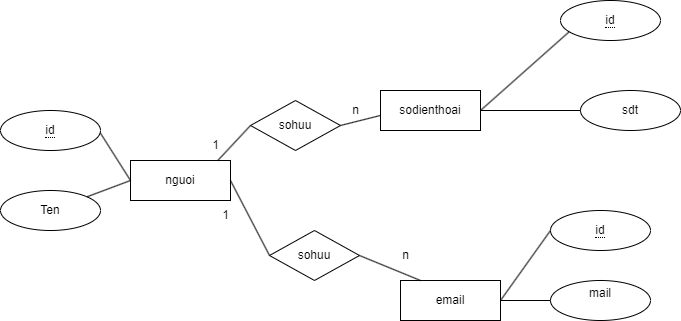
Earlier version of the draw.io export danhba/danhba.png (vannhandz/mysql). Source tidied: cells renumbered, new cells last; positions are measured from the earlier drawing's top-left corner, leaving out a move shared by most shapes.
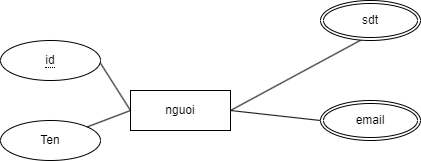
After the commit.

Change to the diagram source:
```diff
@@ -11,73 +11,23 @@
     <mxCell id="4" value="Ten" style="ellipse;whiteSpace=wrap;html=1;align=center;" parent="1" vertex="1">
       <mxGeometry y="190" width="100" height="40" as="geometry" />
     </mxCell>
-    <mxCell id="5" value="sodienthoai" style="whiteSpace=wrap;html=1;align=center;" parent="1" vertex="1">
-      <mxGeometry x="380" y="90" width="100" height="40" as="geometry" />
-    </mxCell>
+    <mxCell id="9" style="endArrow=none;html=1;rounded=0;entryX=1;entryY=0.568;entryDx=0;entryDy=0;entryPerimeter=0;exitX=0;exitY=0.5;exitDx=0;exitDy=0;exitPerimeter=0;" parent="1" edge="1" source="2" target="3">
+      <mxGeometry relative="1" as="geometry" />
+    </mxCell>
+    <mxCell id="10" style="endArrow=none;html=1;rounded=0;entryX=0;entryY=0.5;entryDx=0;entryDy=0;" parent="1" edge="1" source="4" target="2">
+      <mxGeometry relative="1" as="geometry" />
+    </mxCell>
+    <mxCell id="14" style="endArrow=none;html=1;rounded=0;entryX=0.422;entryY=0.965;entryDx=0;entryDy=0;exitX=1;exitY=0.5;exitDx=0;exitDy=0;entryPerimeter=0;" parent="1" edge="1" source="2" target="6">
+      <mxGeometry relative="1" as="geometry" />
+    </mxCell>
+    <mxCell id="17" style="endArrow=none;html=1;rounded=0;entryX=0;entryY=0.5;entryDx=0;entryDy=0;exitX=1;exitY=0.5;exitDx=0;exitDy=0;" parent="1" edge="1" source="2" target="7">
+      <mxGeometry relative="1" as="geometry" />
+    </mxCell>
-    <mxCell id="6" value="sdt" style="ellipse;whiteSpace=wrap;html=1;align=center;" parent="1" vertex="1">
-      <mxGeometry x="580" y="90" width="100" height="40" as="geometry" />
+    <mxCell id="6" value="sdt" style="ellipse;shape=doubleEllipse;margin=3;whiteSpace=wrap;html=1;align=center;" parent="1" vertex="1">
+      <mxGeometry x="320" y="70" width="100" height="40" as="geometry" />
     </mxCell>
-    <mxCell id="7" value="email" style="whiteSpace=wrap;html=1;align=center;" parent="1" vertex="1">
-      <mxGeometry x="400" y="280" width="100" height="40" as="geometry" />
+    <mxCell id="7" value="email" style="ellipse;shape=doubleEllipse;margin=3;whiteSpace=wrap;html=1;align=center;" parent="1" vertex="1">
+      <mxGeometry x="320" y="170" width="100" height="40" as="geometry" />
     </mxCell>
-    <mxCell id="8" value="mail&lt;div&gt;&lt;br&gt;&lt;/div&gt;" style="ellipse;whiteSpace=wrap;html=1;align=center;" parent="1" vertex="1">
-      <mxGeometry x="550" y="280" width="100" height="40" as="geometry" />
-    </mxCell>
-    <mxCell id="9" style="endArrow=none;html=1;rounded=0;entryX=1;entryY=0.568;entryDx=0;entryDy=0;entryPerimeter=0;exitX=0;exitY=0.5;exitDx=0;exitDy=0;exitPerimeter=0;" parent="1" edge="1" source="2" target="3">
-      <mxGeometry relative="1" as="geometry" />
-    </mxCell>
-    <mxCell id="10" style="endArrow=none;html=1;rounded=0;entryX=0;entryY=0.5;entryDx=0;entryDy=0;" parent="1" edge="1" source="4" target="2">
-      <mxGeometry relative="1" as="geometry" />
-    </mxCell>
-    <mxCell id="11" style="endArrow=none;html=1;rounded=0;entryX=0;entryY=0.5;entryDx=0;entryDy=0;exitX=1;exitY=0.5;exitDx=0;exitDy=0;" parent="1" edge="1" source="5" target="6">
-      <mxGeometry relative="1" as="geometry" />
-    </mxCell>
-    <mxCell id="12" style="endArrow=none;html=1;rounded=0;entryX=0;entryY=0.5;entryDx=0;entryDy=0;exitX=1;exitY=0.5;exitDx=0;exitDy=0;" parent="1" edge="1" source="7" target="8">
-      <mxGeometry relative="1" as="geometry" />
-    </mxCell>
-    <mxCell id="13" value="sohuu" style="shape=rhombus;perimeter=rhombusPerimeter;whiteSpace=wrap;html=1;align=center;" parent="1" vertex="1">
-      <mxGeometry x="250" y="100" width="90" height="50" as="geometry" />
-    </mxCell>
-    <mxCell id="14" style="endArrow=none;html=1;rounded=0;entryX=0;entryY=0.5;entryDx=0;entryDy=0;exitX=0.872;exitY=0.003;exitDx=0;exitDy=0;exitPerimeter=0;" parent="1" edge="1" source="2" target="13">
-      <mxGeometry relative="1" as="geometry" />
-    </mxCell>
-    <mxCell id="15" style="endArrow=none;html=1;rounded=0;entryX=1;entryY=0.5;entryDx=0;entryDy=0;exitX=-0.002;exitY=0.625;exitDx=0;exitDy=0;exitPerimeter=0;" parent="1" edge="1" source="5" target="13">
-      <mxGeometry relative="1" as="geometry" />
-    </mxCell>
-    <mxCell id="16" value="sohuu" style="shape=rhombus;perimeter=rhombusPerimeter;whiteSpace=wrap;html=1;align=center;" parent="1" vertex="1">
-      <mxGeometry x="269" y="230" width="90" height="50" as="geometry" />
-    </mxCell>
-    <mxCell id="17" style="endArrow=none;html=1;rounded=0;entryX=0;entryY=0.5;entryDx=0;entryDy=0;exitX=1;exitY=0.5;exitDx=0;exitDy=0;" parent="1" edge="1" source="2" target="16">
-      <mxGeometry relative="1" as="geometry" />
-    </mxCell>
-    <mxCell id="18" style="endArrow=none;html=1;rounded=0;entryX=0.2;entryY=0;entryDx=0;entryDy=0;exitX=1;exitY=0.5;exitDx=0;exitDy=0;entryPerimeter=0;" parent="1" edge="1" source="16" target="7">
-      <mxGeometry relative="1" as="geometry" />
-    </mxCell>
-    <mxCell id="19" value="1" style="text;html=1;align=center;verticalAlign=middle;strokeColor=none;fillColor=none;" parent="1" vertex="1">
-      <mxGeometry x="200" y="130" width="30" height="30" as="geometry" />
-    </mxCell>
-    <mxCell id="20" value="1" style="text;html=1;align=center;verticalAlign=middle;strokeColor=none;fillColor=none;" parent="1" vertex="1">
-      <mxGeometry x="210" y="200" width="30" height="30" as="geometry" />
-    </mxCell>
-    <mxCell id="21" value="n" style="text;html=1;align=center;verticalAlign=middle;strokeColor=none;fillColor=none;" parent="1" vertex="1">
-      <mxGeometry x="340" y="95" width="30" height="30" as="geometry" />
-    </mxCell>
-    <mxCell id="22" value="n" style="text;html=1;align=center;verticalAlign=middle;strokeColor=none;fillColor=none;" parent="1" vertex="1">
-      <mxGeometry x="390" y="240" width="30" height="30" as="geometry" />
-    </mxCell>
-    <mxCell id="23" value="&lt;span style=&quot;border-bottom: 1px dotted&quot;&gt;id&lt;/span&gt;" style="ellipse;whiteSpace=wrap;html=1;align=center;" parent="1" vertex="1">
-      <mxGeometry x="550" y="210" width="100" height="40" as="geometry" />
-    </mxCell>
-    <mxCell id="24" value="&lt;span style=&quot;border-bottom: 1px dotted&quot;&gt;id&lt;/span&gt;" style="ellipse;whiteSpace=wrap;html=1;align=center;" parent="1" vertex="1">
-      <mxGeometry x="560" width="100" height="40" as="geometry" />
-    </mxCell>
-    <mxCell id="25" style="endArrow=none;html=1;rounded=0;exitX=0;exitY=0.5;exitDx=0;exitDy=0;" parent="1" edge="1" source="23">
-      <mxGeometry relative="1" as="geometry">
-        <mxPoint x="500" y="300" as="targetPoint" />
-      </mxGeometry>
-    </mxCell>
-    <mxCell id="26" style="endArrow=none;html=1;rounded=0;entryX=1;entryY=0.5;entryDx=0;entryDy=0;exitX=0.09;exitY=0.775;exitDx=0;exitDy=0;exitPerimeter=0;" parent="1" edge="1" source="24" target="5">
-      <mxGeometry relative="1" as="geometry" />
-    </mxCell>
   </root>
 </mxGraphModel>
```
